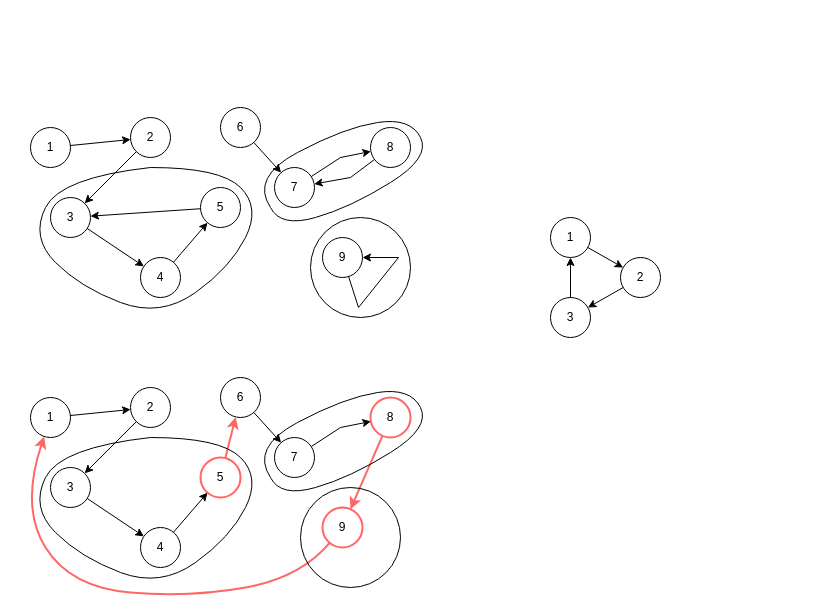
The draw.io diagram Baekjoon Online Judge/drawio/32721.drawio in celbeing/PS_STUDY, before the edit. Source tidied: cells renumbered, new cells numbered last; positions are measured from the earlier drawing's top-left corner, leaving out a move shared by most shapes. Both pictures are drawn from the tidied source at 100%, with x=0, y=0 at pixel (17, 97).
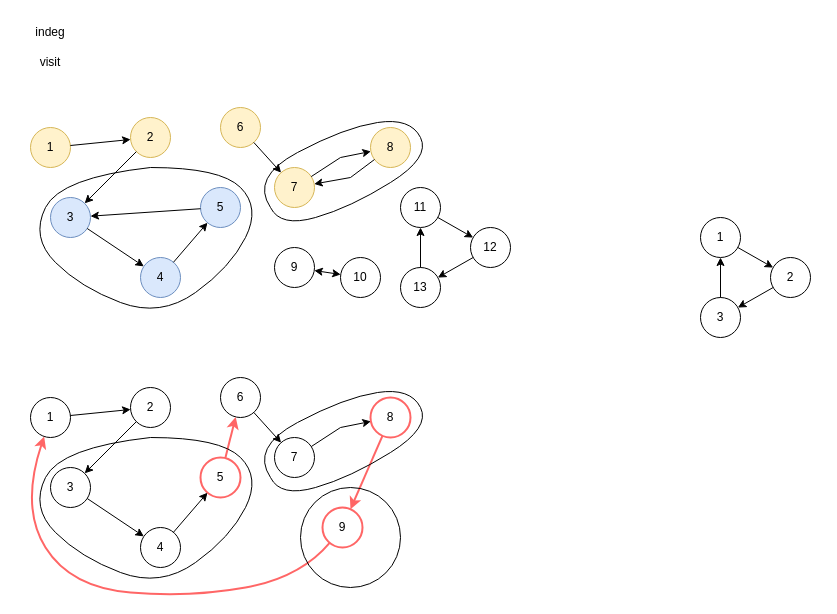
Above is the later version.

What changed in the source:
```diff
@@
     <mxCell id="2" style="rounded=0;whiteSpace=wrap;html=1;strokeColor=none;" parent="1" vertex="1">
-      <mxGeometry x="523" y="110" width="130" height="140" as="geometry" />
+      <mxGeometry x="673" y="110" width="130" height="140" as="geometry" />
     </mxCell>
     <mxCell id="3" style="rounded=0;whiteSpace=wrap;html=1;strokeColor=none;" parent="1" vertex="1">
-      <mxGeometry width="420" height="230" as="geometry" />
+      <mxGeometry width="613" height="230" as="geometry" />
     </mxCell>
-    <mxCell id="4" value="1" style="ellipse;whiteSpace=wrap;html=1;" parent="1" vertex="1">
+    <mxCell id="4" value="1" style="ellipse;whiteSpace=wrap;html=1;fillColor=#fff2cc;strokeColor=#d6b656;" parent="1" vertex="1">
       <mxGeometry x="13" y="30" width="40" height="40" as="geometry" />
     </mxCell>
-    <mxCell id="5" value="2" style="ellipse;whiteSpace=wrap;html=1;" parent="1" vertex="1">
+    <mxCell id="5" value="2" style="ellipse;whiteSpace=wrap;html=1;fillColor=#fff2cc;strokeColor=#d6b656;" parent="1" vertex="1">
       <mxGeometry x="113" y="20" width="40" height="40" as="geometry" />
     </mxCell>
-    <mxCell id="6" value="3" style="ellipse;whiteSpace=wrap;html=1;" parent="1" vertex="1">
+    <mxCell id="6" value="3" style="ellipse;whiteSpace=wrap;html=1;fillColor=#dae8fc;strokeColor=#6c8ebf;" parent="1" vertex="1">
       <mxGeometry x="33" y="100" width="40" height="40" as="geometry" />
     </mxCell>
-    <mxCell id="7" value="4" style="ellipse;whiteSpace=wrap;html=1;" parent="1" vertex="1">
+    <mxCell id="7" value="4" style="ellipse;whiteSpace=wrap;html=1;fillColor=#dae8fc;strokeColor=#6c8ebf;" parent="1" vertex="1">
       <mxGeometry x="123" y="160" width="40" height="40" as="geometry" />
     </mxCell>
-    <mxCell id="8" value="5" style="ellipse;whiteSpace=wrap;html=1;" parent="1" vertex="1">
+    <mxCell id="8" value="5" style="ellipse;whiteSpace=wrap;html=1;fillColor=#dae8fc;strokeColor=#6c8ebf;" parent="1" vertex="1">
       <mxGeometry x="183" y="90" width="40" height="40" as="geometry" />
     </mxCell>
-    <mxCell id="9" value="6" style="ellipse;whiteSpace=wrap;html=1;" parent="1" vertex="1">
+    <mxCell id="9" value="6" style="ellipse;whiteSpace=wrap;html=1;fillColor=#fff2cc;strokeColor=#d6b656;" parent="1" vertex="1">
       <mxGeometry x="203" y="10" width="40" height="40" as="geometry" />
     </mxCell>
-    <mxCell id="10" value="7" style="ellipse;whiteSpace=wrap;html=1;" parent="1" vertex="1">
+    <mxCell id="10" value="7" style="ellipse;whiteSpace=wrap;html=1;fillColor=#fff2cc;strokeColor=#d6b656;" parent="1" vertex="1">
       <mxGeometry x="257" y="70" width="40" height="40" as="geometry" />
     </mxCell>
-    <mxCell id="11" value="8" style="ellipse;whiteSpace=wrap;html=1;" parent="1" vertex="1">
+    <mxCell id="11" value="8" style="ellipse;whiteSpace=wrap;html=1;fillColor=#fff2cc;strokeColor=#d6b656;" parent="1" vertex="1">
       <mxGeometry x="353" y="30" width="40" height="40" as="geometry" />
     </mxCell>
-    <mxCell id="12" style="endArrow=classic;html=1;rounded=0;" parent="1" edge="1" source="21" target="21">
-      <mxGeometry relative="1" as="geometry">
-        <Array as="points">
-          <mxPoint x="341" y="210" />
-          <mxPoint x="381" y="160" />
-        </Array>
-      </mxGeometry>
-    </mxCell>
@@
     <mxCell id="21" value="9" style="ellipse;whiteSpace=wrap;html=1;" parent="1" vertex="1">
-      <mxGeometry x="305" y="140" width="40" height="40" as="geometry" />
+      <mxGeometry x="257" y="150" width="40" height="40" as="geometry" />
     </mxCell>
@@
-    <mxCell id="24" style="ellipse;whiteSpace=wrap;html=1;fillColor=none;" parent="1" vertex="1">
-      <mxGeometry x="293" y="120" width="100" height="100" as="geometry" />
-    </mxCell>
@@
     <mxCell id="47" value="1" style="ellipse;whiteSpace=wrap;html=1;" parent="1" vertex="1">
-      <mxGeometry x="533" y="120" width="40" height="40" as="geometry" />
+      <mxGeometry x="683" y="120" width="40" height="40" as="geometry" />
     </mxCell>
     <mxCell id="48" value="3" style="ellipse;whiteSpace=wrap;html=1;" parent="1" vertex="1">
-      <mxGeometry x="533" y="200" width="40" height="40" as="geometry" />
+      <mxGeometry x="683" y="200" width="40" height="40" as="geometry" />
     </mxCell>
     <mxCell id="49" value="2" style="ellipse;whiteSpace=wrap;html=1;" parent="1" vertex="1">
-      <mxGeometry x="603" y="160" width="40" height="40" as="geometry" />
+      <mxGeometry x="753" y="160" width="40" height="40" as="geometry" />
     </mxCell>
@@
+    <mxCell id="53" value="10" style="ellipse;whiteSpace=wrap;html=1;" parent="1" vertex="1">
+      <mxGeometry x="323" y="160" width="40" height="40" as="geometry" />
+    </mxCell>
+    <mxCell id="54" style="endArrow=classic;startArrow=classic;html=1;rounded=0;" parent="1" edge="1" source="21" target="53">
+      <mxGeometry relative="1" as="geometry" />
+    </mxCell>
+    <mxCell id="55" value="indeg" style="text;html=1;align=center;verticalAlign=middle;whiteSpace=wrap;rounded=0;" parent="1" vertex="1">
+      <mxGeometry x="3" y="-80" width="60" height="30" as="geometry" />
+    </mxCell>
+    <mxCell id="56" value="11" style="ellipse;whiteSpace=wrap;html=1;" parent="1" vertex="1">
+      <mxGeometry x="383" y="90" width="40" height="40" as="geometry" />
+    </mxCell>
+    <mxCell id="57" value="12" style="ellipse;whiteSpace=wrap;html=1;" parent="1" vertex="1">
+      <mxGeometry x="453" y="130" width="40" height="40" as="geometry" />
+    </mxCell>
+    <mxCell id="58" value="13" style="ellipse;whiteSpace=wrap;html=1;" parent="1" vertex="1">
+      <mxGeometry x="383" y="170" width="40" height="40" as="geometry" />
+    </mxCell>
+    <mxCell id="59" style="endArrow=classic;html=1;rounded=0;" parent="1" edge="1" source="58" target="56">
+      <mxGeometry relative="1" as="geometry" />
+    </mxCell>
+    <mxCell id="60" style="endArrow=classic;html=1;rounded=0;" parent="1" edge="1" source="56" target="57">
+      <mxGeometry relative="1" as="geometry" />
+    </mxCell>
+    <mxCell id="61" style="endArrow=classic;html=1;rounded=0;" parent="1" edge="1" source="57" target="58">
+      <mxGeometry relative="1" as="geometry" />
+    </mxCell>
+    <mxCell id="62" value="visit" style="text;html=1;align=center;verticalAlign=middle;whiteSpace=wrap;rounded=0;" parent="1" vertex="1">
+      <mxGeometry x="3" y="-50" width="60" height="30" as="geometry" />
+    </mxCell>
```
